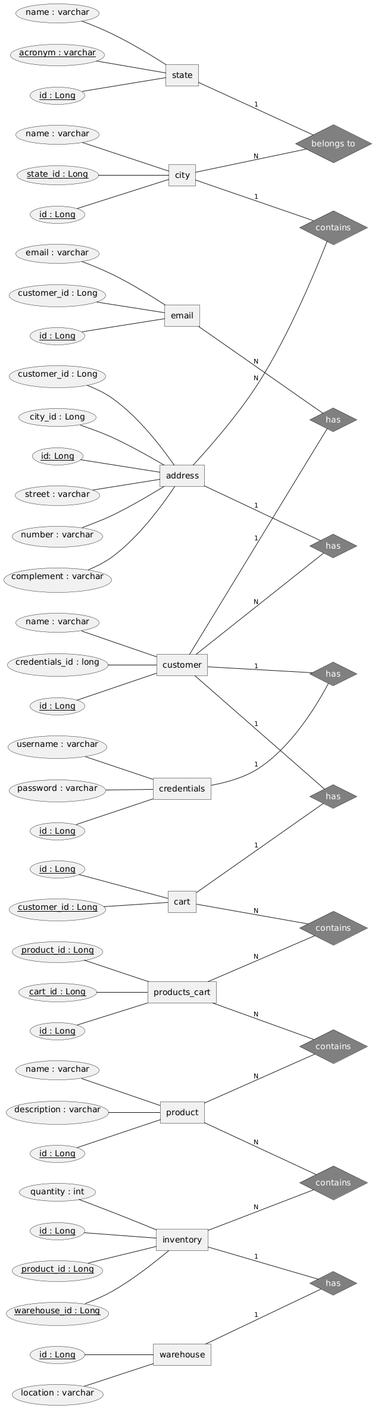
The PlantUML diagram diagrams/ER.png in alexandrendev/e-commerce-java, before a commit.
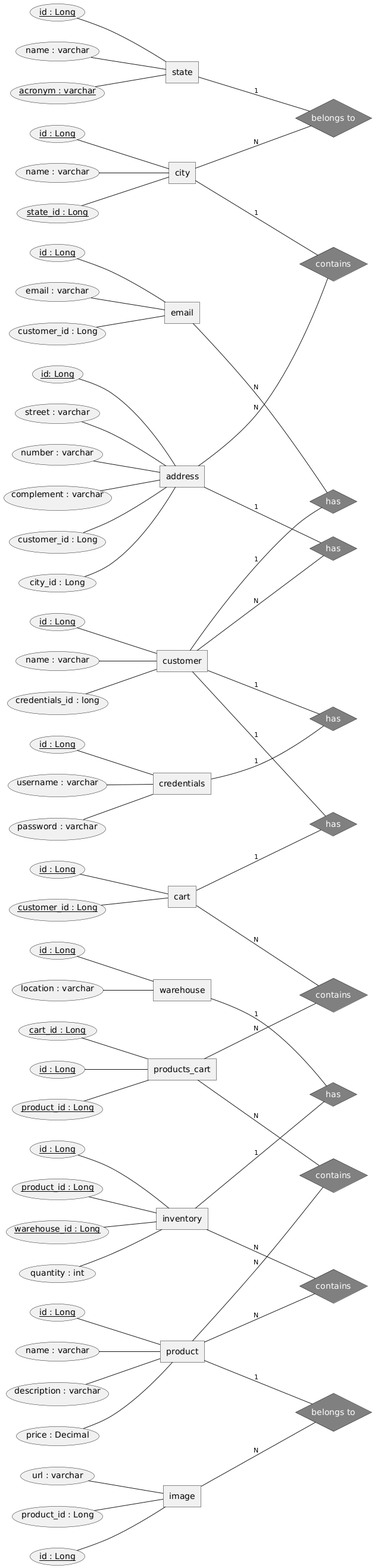
The same diagram one commit later.

Commit message:
add the product's image url entity

Change to the diagram source:
```diff
@@ -14,6 +14,13 @@
 	id : Long <<key>>
 	name : varchar
 	description : varchar
+	price : Decimal
+}
+
+entity image{
+    id : Long <<key>>
+    url : varchar
+    product_id : Long <<fk>>
 }
 
 entity customer {
@@ -141,4 +148,8 @@
 customer -N- CUSTOMER_ADDRESS
 address -1- CUSTOMER_ADDRESS
 
+relationship "belongs to" as IMAGE_PRODUCT <<grey>> {
+}
+product -1- IMAGE_PRODUCT
+image -N- IMAGE_PRODUCT
 @endchen
```
